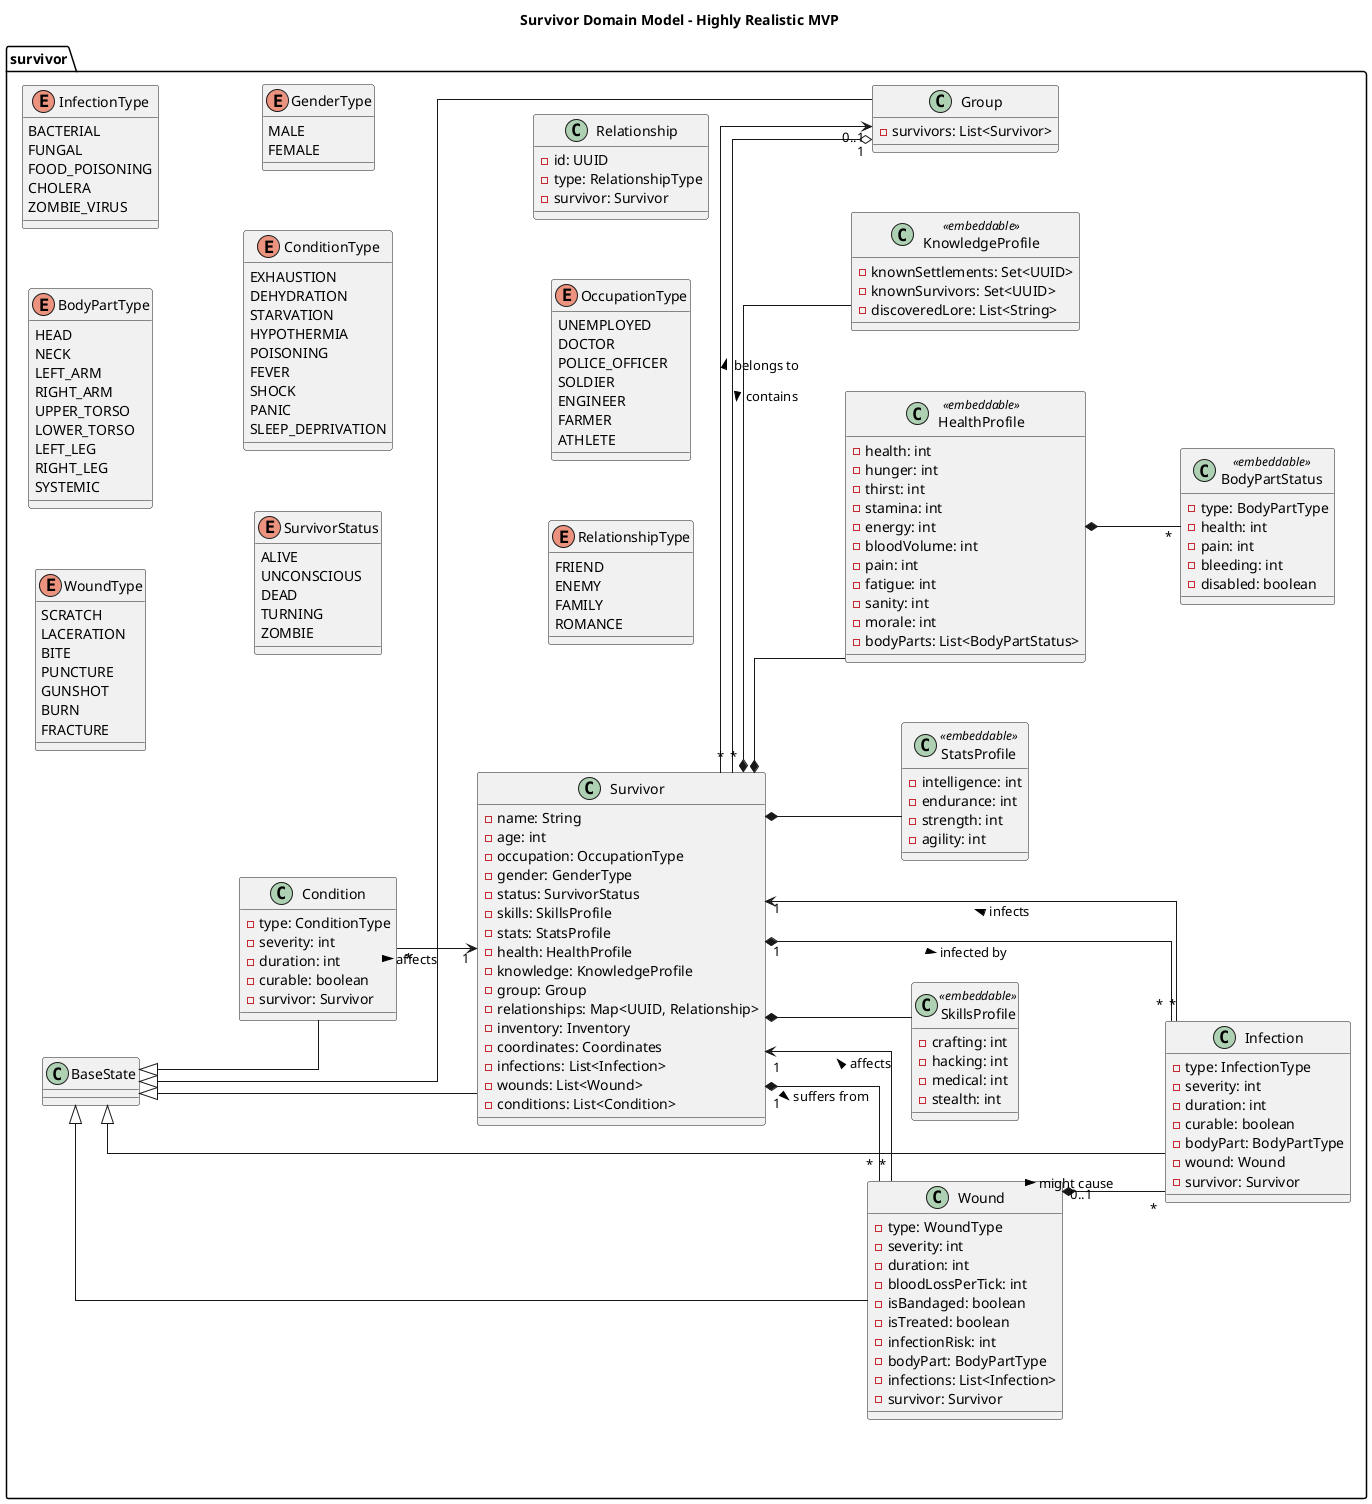
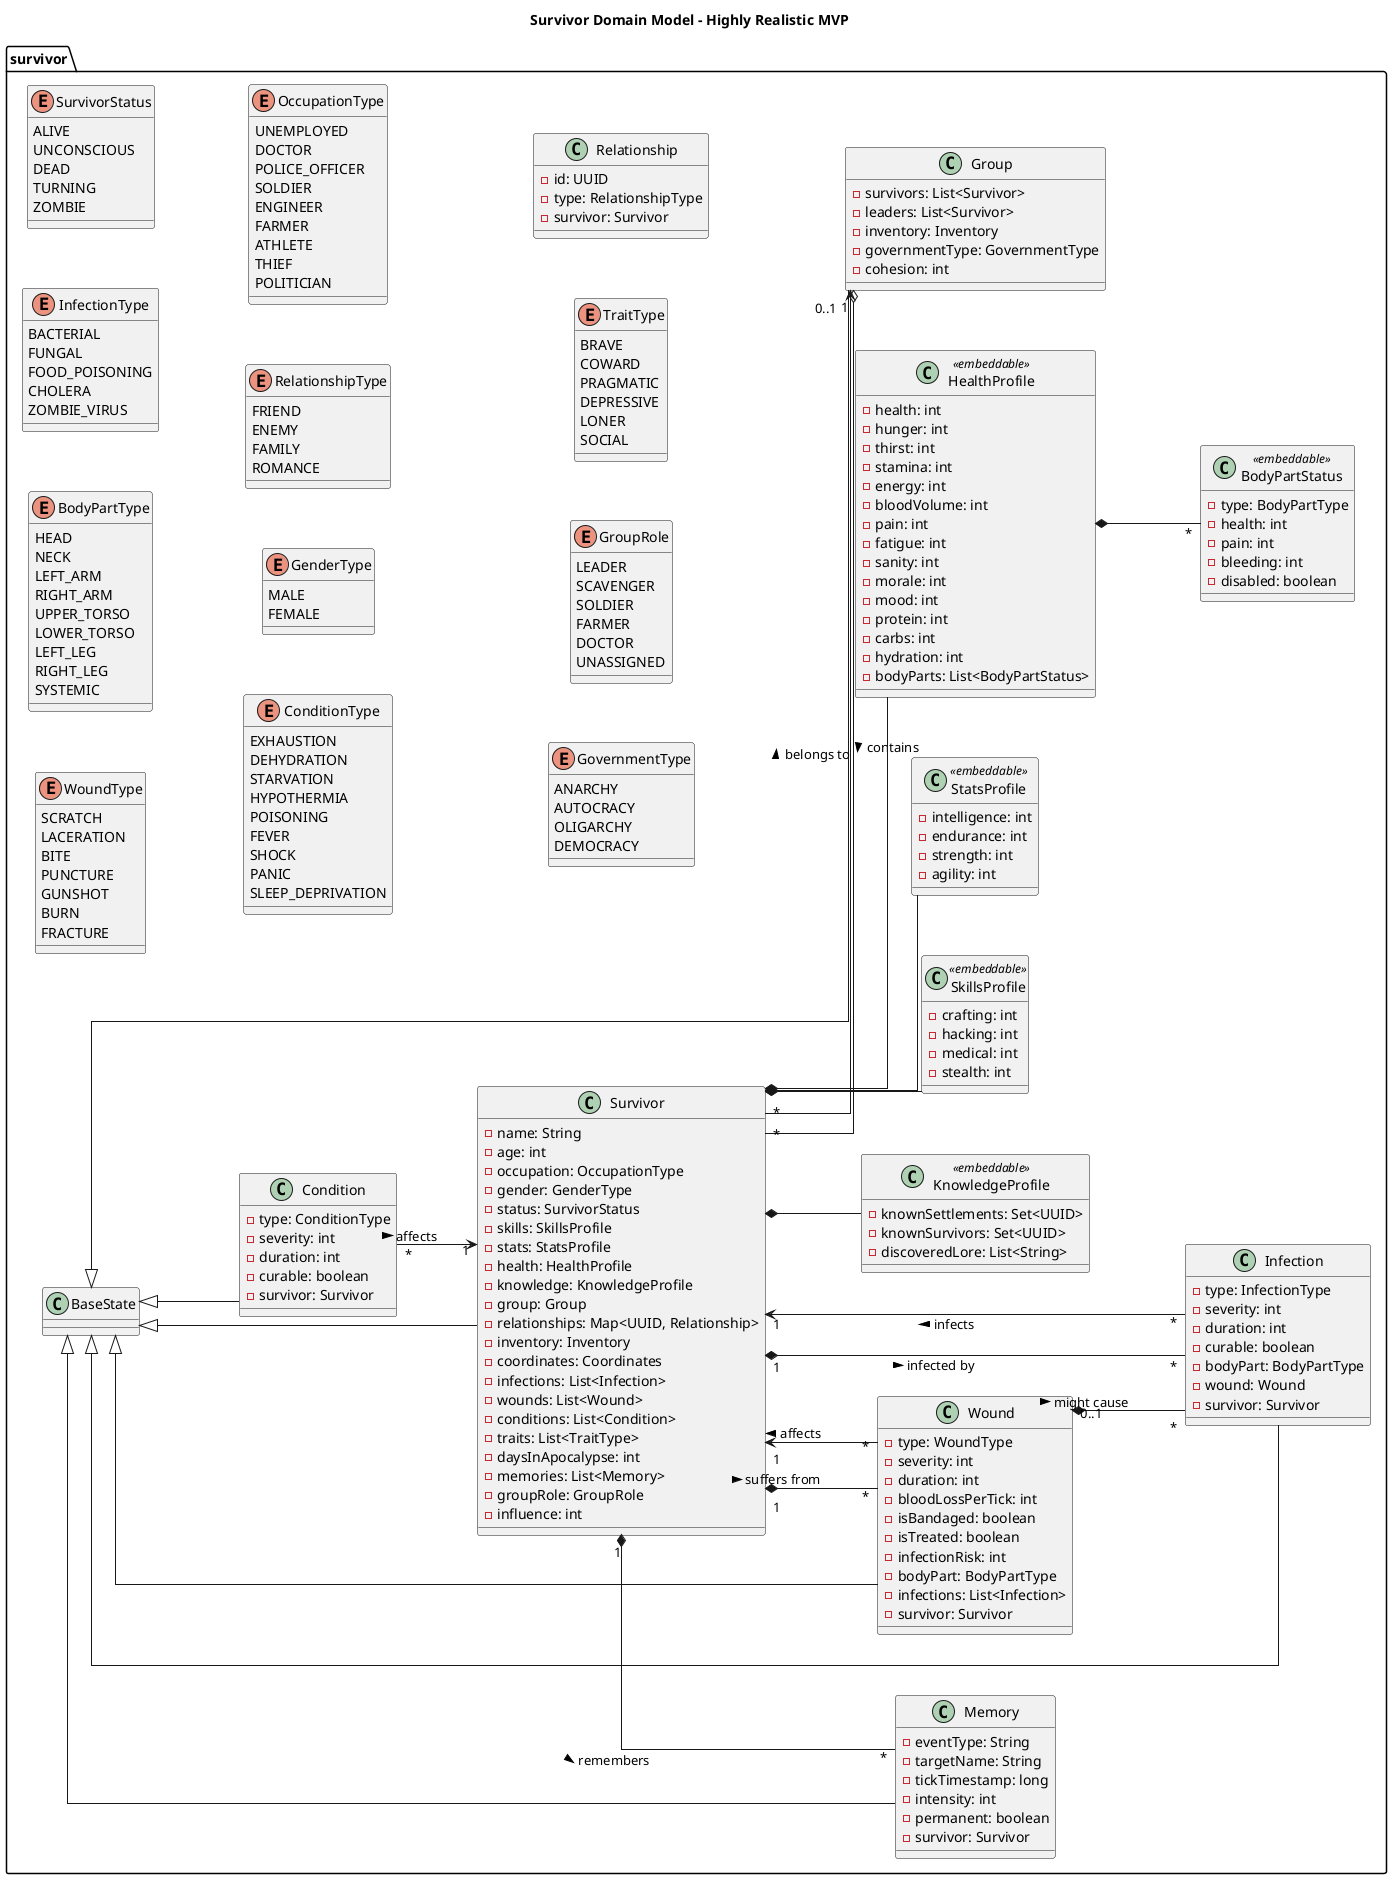
@startuml
title Survivor Domain Model - Highly Realistic MVP

left to right direction
skinparam linetype ortho
skinparam nodesep 60
skinparam ranksep 80

package survivor {
    enum WoundType {
        SCRATCH
        LACERATION
        BITE
        PUNCTURE
        GUNSHOT
        BURN
        FRACTURE
    }

    enum BodyPartType {
        HEAD
        NECK
        LEFT_ARM
        RIGHT_ARM
        UPPER_TORSO
        LOWER_TORSO
        LEFT_LEG
        RIGHT_LEG
        SYSTEMIC
    }

    enum InfectionType {
        BACTERIAL
        FUNGAL
        FOOD_POISONING
        CHOLERA
        ZOMBIE_VIRUS
    }

    enum SurvivorStatus {
        ALIVE
        UNCONSCIOUS
        DEAD
        TURNING
        ZOMBIE
    }

    enum ConditionType {
        EXHAUSTION
        DEHYDRATION
        STARVATION
        HYPOTHERMIA
        POISONING
        FEVER
        SHOCK
        PANIC
        SLEEP_DEPRIVATION
    }

    enum GenderType {
        MALE
        FEMALE
    }

    enum RelationshipType {
        FRIEND
        ENEMY
        FAMILY
        ROMANCE
    }

    enum OccupationType {
        UNEMPLOYED
        DOCTOR
        POLICE_OFFICER
        SOLDIER
        ENGINEER
        FARMER
        ATHLETE
+         THIEF
+         POLITICIAN
+     }
+ 
+     enum GovernmentType {
+         ANARCHY
+         AUTOCRACY
+         OLIGARCHY
+         DEMOCRACY
+     }
+ 
+     enum GroupRole {
+         LEADER
+         SCAVENGER
+         SOLDIER
+         FARMER
+         DOCTOR
+         UNASSIGNED
+     }
+ 
+     enum TraitType {
+         BRAVE
+         COWARD
+         PRAGMATIC
+         DEPRESSIVE
+         LONER
+         SOCIAL
    }

    class Survivor extends BaseState {
        - name: String
        - age: int
        - occupation: OccupationType
        - gender: GenderType
        - status: SurvivorStatus
        - skills: SkillsProfile
        - stats: StatsProfile
        - health: HealthProfile
        - knowledge: KnowledgeProfile
        - group: Group
        - relationships: Map<UUID, Relationship>
        - inventory: Inventory
        - coordinates: Coordinates
        - infections: List<Infection>
        - wounds: List<Wound>
        - conditions: List<Condition>
+         - traits: List<TraitType>
+         - daysInApocalypse: int
+         - memories: List<Memory>
+         - groupRole: GroupRole
+         - influence: int
    }

    class Relationship {
        - id: UUID
        - type: RelationshipType
        - survivor: Survivor
    }

    class Group extends BaseState {
        - survivors: List<Survivor>
+         - leaders: List<Survivor>
+         - inventory: Inventory
+         - governmentType: GovernmentType
+         - cohesion: int
    }

    class Wound extends BaseState {
        - type: WoundType
        - severity: int
        - duration: int
        - bloodLossPerTick: int
        - isBandaged: boolean
        - isTreated: boolean
        - infectionRisk: int
        - bodyPart: BodyPartType
        - infections: List<Infection>
        - survivor: Survivor
    }

    class Infection extends BaseState {
        - type: InfectionType
        - severity: int
        - duration: int
        - curable: boolean
        - bodyPart: BodyPartType
        - wound: Wound
        - survivor: Survivor
    }

    class Condition extends BaseState {
        - type: ConditionType
        - severity: int
        - duration: int
        - curable: boolean
+         - survivor: Survivor
+     }
+ 
+     class Memory extends BaseState {
+         - eventType: String
+         - targetName: String
+         - tickTimestamp: long
+         - intensity: int
+         - permanent: boolean
        - survivor: Survivor
    }

    class KnowledgeProfile <<embeddable>> {
        - knownSettlements: Set<UUID>
        - knownSurvivors: Set<UUID>
        - discoveredLore: List<String>
    }

    class SkillsProfile <<embeddable>> {
        - crafting: int
        - hacking: int
        - medical: int
        - stealth: int
    }

    class StatsProfile <<embeddable>> {
        - intelligence: int
        - endurance: int
        - strength: int
        - agility: int
    }

    class HealthProfile <<embeddable>> {
        - health: int
        - hunger: int
        - thirst: int
        - stamina: int
        - energy: int
        - bloodVolume: int
        - pain: int
        - fatigue: int
        - sanity: int
        - morale: int
+         - mood: int
+         - protein: int
+         - carbs: int
+         - hydration: int
        - bodyParts: List<BodyPartStatus>
    }

    class BodyPartStatus <<embeddable>> {
        - type: BodyPartType
        - health: int
        - pain: int
        - bleeding: int
        - disabled: boolean
    }

    Group "1" o-- "*" Survivor : contains >
    Survivor "*" --> "0..1" Group : belongs to >

    Survivor "1" *-- "*" Wound : suffers from >
    Wound "*" --> "1" Survivor : affects >

    Survivor "1" *-- "*" Infection : infected by >
    Infection "*" --> "1" Survivor : infects >

    Wound "0..1" *-- "*" Infection : might cause >

    HealthProfile *-- "*" BodyPartStatus

    Condition "*" --> "1" Survivor : affects >

    Survivor *-- SkillsProfile
    Survivor *-- StatsProfile
    Survivor *-- HealthProfile
    Survivor *-- KnowledgeProfile
+     Survivor "1" *-- "*" Memory : remembers >
}
@enduml